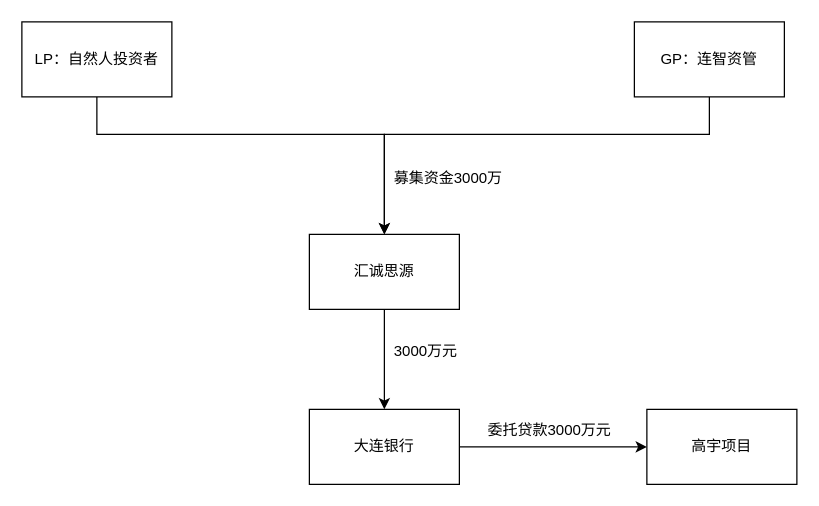
erert44/draw.io keeps this draw.io diagram as 连智资管/汇诚思源.drawio. Above is the earlier version. Source tidied: cells renumbered, new cells numbered last; positions are measured from the earlier drawing's top-left corner, leaving out a move shared by most shapes. Both pictures are drawn from the tidied source at 125%, with x=0, y=0 at pixel (21, 21).
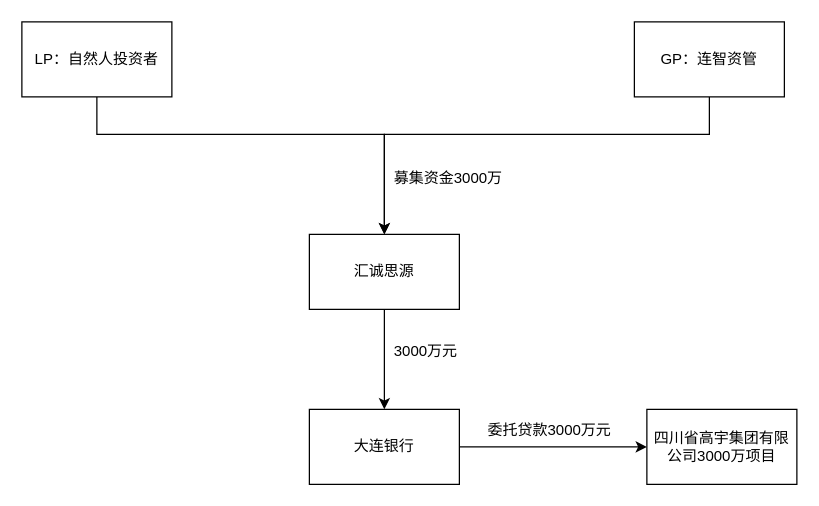
Above is the later version.

Commit message:
更新汇诚思源.drawio

The edit, as a diff of the source:
```diff
@@
 <mxGraphModel>
   <root>
     <mxCell id="0" />
     <mxCell id="1" parent="0" />
     <mxCell id="2" style="edgeStyle=orthogonalEdgeStyle;rounded=0;jettySize=auto;html=1;" parent="1" edge="1" source="3" target="7">
       <mxGeometry relative="1" as="geometry">
         <Array as="points">
           <mxPoint x="60" y="90" />
           <mxPoint x="290" y="90" />
         </Array>
       </mxGeometry>
     </mxCell>
     <mxCell id="3" value="LP：自然人投资者" style="rounded=0;whiteSpace=wrap;html=1;" parent="1" vertex="1">
       <mxGeometry width="120" height="60" as="geometry" />
     </mxCell>
     <mxCell id="4" style="edgeStyle=orthogonalEdgeStyle;rounded=0;jettySize=auto;html=1;exitX=0.5;exitY=1;exitDx=0;exitDy=0;entryX=0.5;entryY=0;entryDx=0;entryDy=0;" parent="1" edge="1" source="5" target="7">
       <mxGeometry relative="1" as="geometry">
         <Array as="points">
           <mxPoint x="550" y="90" />
           <mxPoint x="290" y="90" />
         </Array>
       </mxGeometry>
     </mxCell>
     <mxCell id="5" value="GP：连智资管" style="rounded=0;whiteSpace=wrap;html=1;" parent="1" vertex="1">
       <mxGeometry x="490" width="120" height="60" as="geometry" />
     </mxCell>
     <mxCell id="6" style="edgeStyle=orthogonalEdgeStyle;rounded=0;jettySize=auto;html=1;" parent="1" edge="1" source="7" target="9">
       <mxGeometry relative="1" as="geometry" />
     </mxCell>
     <mxCell id="7" value="汇诚思源" style="rounded=0;whiteSpace=wrap;html=1;" parent="1" vertex="1">
       <mxGeometry x="230" y="170" width="120" height="60" as="geometry" />
     </mxCell>
     <mxCell id="8" style="edgeStyle=orthogonalEdgeStyle;rounded=0;jettySize=auto;html=1;" parent="1" edge="1" source="9" target="10">
       <mxGeometry relative="1" as="geometry" />
     </mxCell>
     <mxCell id="9" value="大连银行" style="rounded=0;whiteSpace=wrap;html=1;" parent="1" vertex="1">
       <mxGeometry x="230" y="310" width="120" height="60" as="geometry" />
     </mxCell>
-    <mxCell id="10" value="高宇项目" style="rounded=0;whiteSpace=wrap;html=1;" parent="1" vertex="1">
+    <mxCell id="10" value="四川省高宇集团有限公司3000万项目" style="rounded=0;whiteSpace=wrap;html=1;" parent="1" vertex="1">
       <mxGeometry x="500" y="310" width="120" height="60" as="geometry" />
     </mxCell>
     <mxCell id="11" value="募集资金3000万" style="text;html=1;align=left;verticalAlign=top;spacingTop=-4;" parent="1" vertex="1">
       <mxGeometry x="296" y="115" width="100" height="20" as="geometry" />
     </mxCell>
     <mxCell id="12" value="3000万元" style="text;html=1;align=left;verticalAlign=top;spacingTop=-4;" parent="1" vertex="1">
       <mxGeometry x="296" y="254" width="70" height="20" as="geometry" />
     </mxCell>
     <mxCell id="13" value="委托贷款3000万元" style="text;html=1;align=left;verticalAlign=top;spacingTop=-4;" parent="1" vertex="1">
       <mxGeometry x="371" y="317" width="120" height="20" as="geometry" />
     </mxCell>
   </root>
 </mxGraphModel>
```
